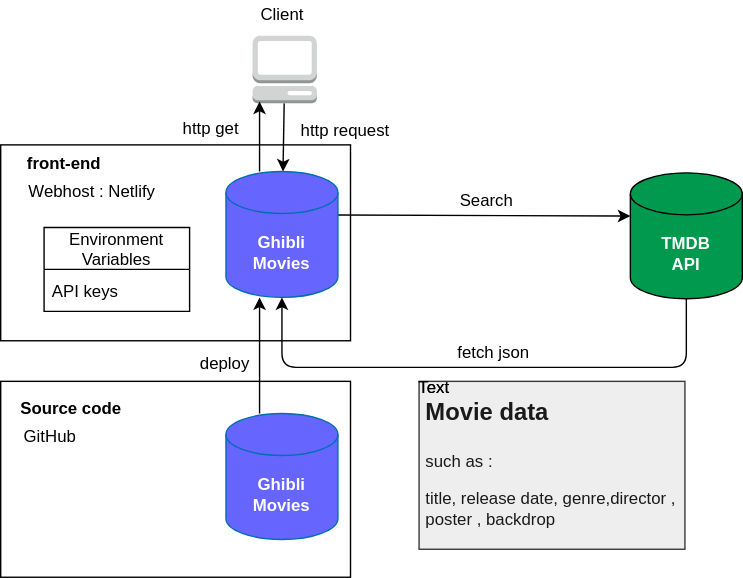
The draw.io diagram system_diagram.drawio.svg in mai-ogiso/Ghibli_Movies_App, before a commit. Source tidied: cells renumbered, new cells last; positions are measured from the earlier drawing's top-left corner, leaving out a move shared by most shapes. Its diagram source:
```xml
<mxGraphModel>
  <root>
    <mxCell id="0" />
    <mxCell id="1" parent="0" />
    <mxCell id="2" style="rounded=0;whiteSpace=wrap;html=1;align=left;" parent="1" vertex="1">
      <mxGeometry y="272" width="250" height="140" as="geometry" />
    </mxCell>
    <mxCell id="3" style="rounded=0;whiteSpace=wrap;html=1;align=left;" parent="1" vertex="1">
      <mxGeometry y="103" width="250" height="140" as="geometry" />
    </mxCell>
    <mxCell id="4" style="edgeStyle=none;html=1;" parent="1" edge="1">
      <mxGeometry relative="1" as="geometry">
        <mxPoint x="241" y="153.1" as="sourcePoint" />
        <mxPoint x="450" y="153.9" as="targetPoint" />
      </mxGeometry>
    </mxCell>
    <mxCell id="5" value="Ghibli&lt;br&gt;Movies" style="shape=cylinder3;whiteSpace=wrap;html=1;boundedLbl=1;backgroundOutline=1;size=15;fontStyle=1;fillColor=#6666FF;fontColor=#ffffff;strokeColor=#006EAF;" parent="1" vertex="1">
      <mxGeometry x="161" y="122" width="80" height="90" as="geometry" />
    </mxCell>
    <mxCell id="6" style="edgeStyle=none;html=1;fontColor=#1A1A1A;" parent="1" edge="1" source="7" target="5">
      <mxGeometry relative="1" as="geometry" />
    </mxCell>
    <mxCell id="7" style="outlineConnect=0;dashed=0;verticalLabelPosition=bottom;verticalAlign=top;align=center;html=1;shape=mxgraph.aws3.management_console;fillColor=#D2D3D3;gradientColor=none;fontColor=#1A1A1A;" parent="1" vertex="1">
      <mxGeometry x="180" y="25" width="46" height="48.2" as="geometry" />
    </mxCell>
    <mxCell id="8" style="edgeStyle=none;html=1;entryX=0.5;entryY=1;entryDx=0;entryDy=0;entryPerimeter=0;" parent="1" edge="1" source="9" target="5">
      <mxGeometry relative="1" as="geometry">
        <Array as="points">
          <mxPoint x="490" y="262" />
          <mxPoint x="201" y="262" />
        </Array>
      </mxGeometry>
    </mxCell>
    <mxCell id="9" value="TMDB&lt;br&gt;API" style="shape=cylinder3;whiteSpace=wrap;html=1;boundedLbl=1;backgroundOutline=1;size=15;fillColor=#00994D;strokeColor=#000000;fontColor=#ffffff;fontStyle=1;" parent="1" vertex="1">
      <mxGeometry x="450" y="123" width="80" height="90" as="geometry" />
    </mxCell>
    <mxCell id="10" value="Client" style="text;html=1;align=center;verticalAlign=middle;fillColor=none;strokeColor=none;rounded=0;" parent="1" vertex="1">
      <mxGeometry x="176" width="50" height="20" as="geometry" />
    </mxCell>
    <mxCell id="11" value="Search" style="text;html=1;align=center;verticalAlign=middle;fillColor=none;strokeColor=none;rounded=0;" parent="1" vertex="1">
      <mxGeometry x="322" y="133" width="50" height="20" as="geometry" />
    </mxCell>
    <mxCell id="12" value="&lt;h1&gt;&lt;font style=&quot;font-size: 17px&quot;&gt;Movie data&lt;/font&gt;&lt;/h1&gt;&lt;p&gt;such as :&amp;nbsp;&lt;/p&gt;&lt;p&gt;&lt;span&gt;title, release date, genre,director , poster , backdrop&lt;/span&gt;&lt;/p&gt;" style="text;html=1;spacing=5;spacingTop=-20;whiteSpace=wrap;overflow=hidden;rounded=0;fillColor=#eeeeee;strokeColor=#36393d;fontColor=#1A1A1A;" parent="1" vertex="1">
      <mxGeometry x="299" y="272" width="190" height="120" as="geometry" />
    </mxCell>
    <mxCell id="13" value="fetch json" style="text;html=1;align=center;verticalAlign=middle;fillColor=none;strokeColor=none;rounded=0;" parent="1" vertex="1">
      <mxGeometry x="317" y="242" width="70" height="20" as="geometry" />
    </mxCell>
    <mxCell id="14" value="Text" style="text;html=1;strokeColor=none;fillColor=none;align=center;verticalAlign=middle;whiteSpace=wrap;rounded=0;" parent="1" vertex="1">
      <mxGeometry x="280" y="262" width="60" height="30" as="geometry" />
    </mxCell>
    <mxCell id="15" value="Text" style="text;html=1;strokeColor=none;fillColor=none;align=center;verticalAlign=middle;whiteSpace=wrap;rounded=0;" parent="1" vertex="1">
      <mxGeometry x="280" y="262" width="60" height="30" as="geometry" />
    </mxCell>
    <mxCell id="16" value="front-end" style="text;html=1;align=center;verticalAlign=middle;fillColor=none;strokeColor=none;rounded=0;fontStyle=1;" parent="1" vertex="1">
      <mxGeometry x="10" y="107" width="70" height="20" as="geometry" />
    </mxCell>
    <mxCell id="17" value="Environment&#10;Variables" style="swimlane;fontStyle=0;horizontal=1;startSize=30;" parent="1" vertex="1">
      <mxGeometry x="31" y="162" width="104" height="60" as="geometry" />
    </mxCell>
    <mxCell id="18" value="API keys" style="text;strokeColor=none;fillColor=none;align=left;verticalAlign=middle;spacingLeft=4;spacingRight=4;overflow=hidden;" parent="17" vertex="1">
      <mxGeometry y="30" width="104" height="30" as="geometry" />
    </mxCell>
    <mxCell id="19" style="edgeStyle=none;html=1;entryX=0.5;entryY=1;entryDx=0;entryDy=0;entryPerimeter=0;" parent="1" edge="1">
      <mxGeometry relative="1" as="geometry">
        <mxPoint x="185" y="295" as="sourcePoint" />
        <mxPoint x="185" y="212" as="targetPoint" />
      </mxGeometry>
    </mxCell>
    <mxCell id="20" value="Ghibli&lt;br&gt;Movies" style="shape=cylinder3;whiteSpace=wrap;html=1;boundedLbl=1;backgroundOutline=1;size=15;fontStyle=1;fillColor=#6666FF;fontColor=#ffffff;strokeColor=#006EAF;" parent="1" vertex="1">
      <mxGeometry x="161" y="295" width="80" height="90" as="geometry" />
    </mxCell>
    <mxCell id="21" value="Source code" style="text;html=1;align=center;verticalAlign=middle;fillColor=none;strokeColor=none;rounded=0;fontStyle=1;" parent="1" vertex="1">
      <mxGeometry x="5" y="282" width="90" height="20" as="geometry" />
    </mxCell>
    <mxCell id="22" value="deploy" style="text;html=1;align=center;verticalAlign=middle;fillColor=none;strokeColor=none;rounded=0;" parent="1" vertex="1">
      <mxGeometry x="135" y="250" width="50" height="20" as="geometry" />
    </mxCell>
    <mxCell id="23" value="Webhost : Netlify" style="text;html=1;align=center;verticalAlign=middle;fillColor=none;strokeColor=none;rounded=0;" parent="1" vertex="1">
      <mxGeometry x="10" y="127" width="110" height="20" as="geometry" />
    </mxCell>
    <mxCell id="24" value="GitHub" style="text;html=1;align=center;verticalAlign=middle;fillColor=none;strokeColor=none;rounded=0;" parent="1" vertex="1">
      <mxGeometry x="10" y="302" width="50" height="20" as="geometry" />
    </mxCell>
    <mxCell id="25" value="http get" style="text;html=1;align=center;verticalAlign=middle;fillColor=none;strokeColor=none;rounded=0;" parent="1" vertex="1">
      <mxGeometry x="120" y="82" width="60" height="20" as="geometry" />
    </mxCell>
    <mxCell id="26" value="http request" style="text;html=1;align=center;verticalAlign=middle;fillColor=none;strokeColor=none;rounded=0;" parent="1" vertex="1">
      <mxGeometry x="206" y="83" width="80" height="20" as="geometry" />
    </mxCell>
    <mxCell id="27" style="edgeStyle=none;html=1;entryX=0.5;entryY=1;entryDx=0;entryDy=0;entryPerimeter=0;" parent="1" edge="1">
      <mxGeometry relative="1" as="geometry">
        <mxPoint x="185" y="122" as="sourcePoint" />
        <mxPoint x="185" y="72" as="targetPoint" />
      </mxGeometry>
    </mxCell>
  </root>
</mxGraphModel>
```
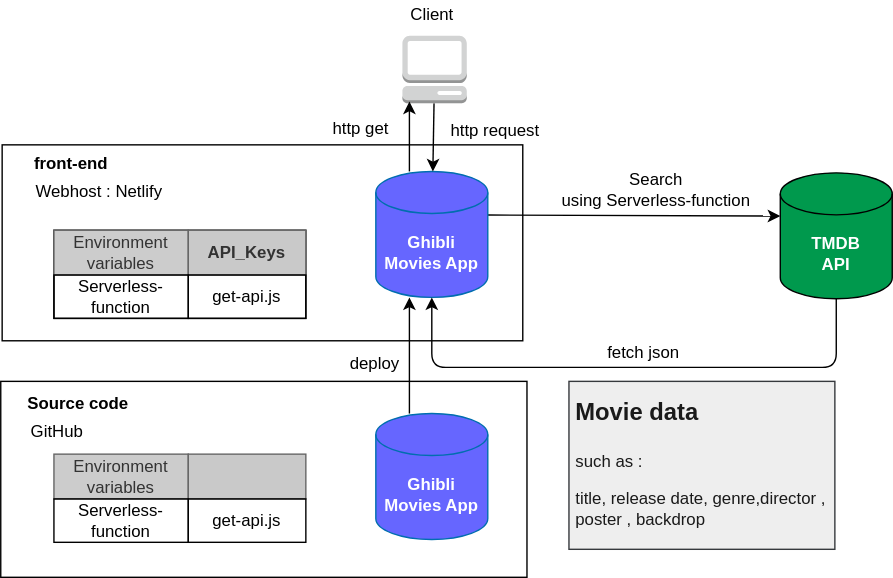
After the change.

Commit message:
feat: change system diagram

The edit, as a diff of the source:
```diff
@@ -3,10 +3,10 @@
     <mxCell id="0" />
     <mxCell id="1" parent="0" />
     <mxCell id="2" style="rounded=0;whiteSpace=wrap;html=1;align=left;" parent="1" vertex="1">
-      <mxGeometry y="272" width="250" height="140" as="geometry" />
+      <mxGeometry x="-107" y="272" width="376" height="140" as="geometry" />
     </mxCell>
     <mxCell id="3" style="rounded=0;whiteSpace=wrap;html=1;align=left;" parent="1" vertex="1">
-      <mxGeometry y="103" width="250" height="140" as="geometry" />
+      <mxGeometry x="-106" y="103" width="372" height="140" as="geometry" />
     </mxCell>
     <mxCell id="4" style="edgeStyle=none;html=1;" parent="1" edge="1">
       <mxGeometry relative="1" as="geometry">
@@ -14,7 +14,7 @@
         <mxPoint x="450" y="153.9" as="targetPoint" />
       </mxGeometry>
     </mxCell>
-    <mxCell id="5" value="Ghibli&lt;br&gt;Movies" style="shape=cylinder3;whiteSpace=wrap;html=1;boundedLbl=1;backgroundOutline=1;size=15;fontStyle=1;fillColor=#6666FF;fontColor=#ffffff;strokeColor=#006EAF;" parent="1" vertex="1">
+    <mxCell id="5" value="Ghibli&lt;br&gt;Movies App" style="shape=cylinder3;whiteSpace=wrap;html=1;boundedLbl=1;backgroundOutline=1;size=15;fontStyle=1;fillColor=#6666FF;fontColor=#ffffff;strokeColor=#006EAF;" parent="1" vertex="1">
       <mxGeometry x="161" y="122" width="80" height="90" as="geometry" />
     </mxCell>
     <mxCell id="6" style="edgeStyle=none;html=1;fontColor=#1A1A1A;" parent="1" edge="1" source="7" target="5">
@@ -37,8 +37,8 @@
     <mxCell id="10" value="Client" style="text;html=1;align=center;verticalAlign=middle;fillColor=none;strokeColor=none;rounded=0;" parent="1" vertex="1">
       <mxGeometry x="176" width="50" height="20" as="geometry" />
     </mxCell>
-    <mxCell id="11" value="Search" style="text;html=1;align=center;verticalAlign=middle;fillColor=none;strokeColor=none;rounded=0;" parent="1" vertex="1">
-      <mxGeometry x="322" y="133" width="50" height="20" as="geometry" />
+    <mxCell id="11" value="Search&lt;br&gt;using Serverless-function" style="text;html=1;align=center;verticalAlign=middle;fillColor=none;strokeColor=none;rounded=0;" parent="1" vertex="1">
+      <mxGeometry x="284" y="114" width="153" height="41" as="geometry" />
     </mxCell>
     <mxCell id="12" value="&lt;h1&gt;&lt;font style=&quot;font-size: 17px&quot;&gt;Movie data&lt;/font&gt;&lt;/h1&gt;&lt;p&gt;such as :&amp;nbsp;&lt;/p&gt;&lt;p&gt;&lt;span&gt;title, release date, genre,director , poster , backdrop&lt;/span&gt;&lt;/p&gt;" style="text;html=1;spacing=5;spacingTop=-20;whiteSpace=wrap;overflow=hidden;rounded=0;fillColor=#eeeeee;strokeColor=#36393d;fontColor=#1A1A1A;" parent="1" vertex="1">
       <mxGeometry x="299" y="272" width="190" height="120" as="geometry" />
@@ -46,41 +46,29 @@
     <mxCell id="13" value="fetch json" style="text;html=1;align=center;verticalAlign=middle;fillColor=none;strokeColor=none;rounded=0;" parent="1" vertex="1">
       <mxGeometry x="317" y="242" width="70" height="20" as="geometry" />
     </mxCell>
-    <mxCell id="14" value="Text" style="text;html=1;strokeColor=none;fillColor=none;align=center;verticalAlign=middle;whiteSpace=wrap;rounded=0;" parent="1" vertex="1">
-      <mxGeometry x="280" y="262" width="60" height="30" as="geometry" />
-    </mxCell>
-    <mxCell id="15" value="Text" style="text;html=1;strokeColor=none;fillColor=none;align=center;verticalAlign=middle;whiteSpace=wrap;rounded=0;" parent="1" vertex="1">
-      <mxGeometry x="280" y="262" width="60" height="30" as="geometry" />
-    </mxCell>
     <mxCell id="16" value="front-end" style="text;html=1;align=center;verticalAlign=middle;fillColor=none;strokeColor=none;rounded=0;fontStyle=1;" parent="1" vertex="1">
-      <mxGeometry x="10" y="107" width="70" height="20" as="geometry" />
+      <mxGeometry x="-92" y="107" width="70" height="20" as="geometry" />
     </mxCell>
-    <mxCell id="17" value="Environment&#10;Variables" style="swimlane;fontStyle=0;horizontal=1;startSize=30;" parent="1" vertex="1">
-      <mxGeometry x="31" y="162" width="104" height="60" as="geometry" />
-    </mxCell>
-    <mxCell id="18" value="API keys" style="text;strokeColor=none;fillColor=none;align=left;verticalAlign=middle;spacingLeft=4;spacingRight=4;overflow=hidden;" parent="17" vertex="1">
-      <mxGeometry y="30" width="104" height="30" as="geometry" />
-    </mxCell>
     <mxCell id="19" style="edgeStyle=none;html=1;entryX=0.5;entryY=1;entryDx=0;entryDy=0;entryPerimeter=0;" parent="1" edge="1">
       <mxGeometry relative="1" as="geometry">
         <mxPoint x="185" y="295" as="sourcePoint" />
         <mxPoint x="185" y="212" as="targetPoint" />
       </mxGeometry>
     </mxCell>
-    <mxCell id="20" value="Ghibli&lt;br&gt;Movies" style="shape=cylinder3;whiteSpace=wrap;html=1;boundedLbl=1;backgroundOutline=1;size=15;fontStyle=1;fillColor=#6666FF;fontColor=#ffffff;strokeColor=#006EAF;" parent="1" vertex="1">
+    <mxCell id="20" value="Ghibli&lt;br&gt;Movies App" style="shape=cylinder3;whiteSpace=wrap;html=1;boundedLbl=1;backgroundOutline=1;size=15;fontStyle=1;fillColor=#6666FF;fontColor=#ffffff;strokeColor=#006EAF;" parent="1" vertex="1">
       <mxGeometry x="161" y="295" width="80" height="90" as="geometry" />
     </mxCell>
     <mxCell id="21" value="Source code" style="text;html=1;align=center;verticalAlign=middle;fillColor=none;strokeColor=none;rounded=0;fontStyle=1;" parent="1" vertex="1">
-      <mxGeometry x="5" y="282" width="90" height="20" as="geometry" />
+      <mxGeometry x="-97" y="278" width="90" height="20" as="geometry" />
     </mxCell>
     <mxCell id="22" value="deploy" style="text;html=1;align=center;verticalAlign=middle;fillColor=none;strokeColor=none;rounded=0;" parent="1" vertex="1">
       <mxGeometry x="135" y="250" width="50" height="20" as="geometry" />
     </mxCell>
     <mxCell id="23" value="Webhost : Netlify" style="text;html=1;align=center;verticalAlign=middle;fillColor=none;strokeColor=none;rounded=0;" parent="1" vertex="1">
-      <mxGeometry x="10" y="127" width="110" height="20" as="geometry" />
+      <mxGeometry x="-92" y="127" width="110" height="20" as="geometry" />
     </mxCell>
     <mxCell id="24" value="GitHub" style="text;html=1;align=center;verticalAlign=middle;fillColor=none;strokeColor=none;rounded=0;" parent="1" vertex="1">
-      <mxGeometry x="10" y="302" width="50" height="20" as="geometry" />
+      <mxGeometry x="-92" y="298" width="50" height="20" as="geometry" />
     </mxCell>
     <mxCell id="25" value="http get" style="text;html=1;align=center;verticalAlign=middle;fillColor=none;strokeColor=none;rounded=0;" parent="1" vertex="1">
       <mxGeometry x="120" y="82" width="60" height="20" as="geometry" />
@@ -94,5 +82,47 @@
         <mxPoint x="185" y="72" as="targetPoint" />
       </mxGeometry>
     </mxCell>
+    <mxCell id="28" style="shadow=0;fillColor=none;strokeColor=none;" parent="1" vertex="1">
+      <mxGeometry x="-69" y="324" width="180" height="63" as="geometry" />
+    </mxCell>
+    <mxCell id="29" style="shape=tableRow;horizontal=0;startSize=0;swimlaneHead=0;swimlaneBody=0;top=0;left=0;bottom=0;right=0;fontStyle=0;fillColor=none;strokeColor=inherit;" parent="28" vertex="1">
+      <mxGeometry width="180" height="32" as="geometry" />
+    </mxCell>
+    <mxCell id="30" value="Environment variables" style="strokeColor=#666666;fillColor=#cccccc;align=center;whiteSpace=wrap;html=1;fontColor=#333333;" parent="29" vertex="1">
+      <mxGeometry width="96" height="32" as="geometry" />
+    </mxCell>
+    <mxCell id="31" style="strokeColor=#666666;fillColor=#c9c9c9;align=center;whiteSpace=wrap;html=1;fontColor=#333333;" parent="29" vertex="1">
+      <mxGeometry x="96" width="84" height="32" as="geometry" />
+    </mxCell>
+    <mxCell id="32" style="shape=tableRow;horizontal=0;startSize=0;swimlaneHead=0;swimlaneBody=0;top=0;left=0;bottom=0;right=0;fontStyle=0;fillColor=none;strokeColor=inherit;" parent="28" vertex="1">
+      <mxGeometry y="32" width="180" height="31" as="geometry" />
+    </mxCell>
+    <mxCell id="33" value="Serverless-function" style="strokeColor=default;fillColor=none;align=center;whiteSpace=wrap;html=1;" parent="32" vertex="1">
+      <mxGeometry width="96" height="31" as="geometry" />
+    </mxCell>
+    <mxCell id="34" value="get-api.js" style="strokeColor=default;fillColor=none;align=center;whiteSpace=wrap;html=1;" parent="32" vertex="1">
+      <mxGeometry x="96" width="84" height="31" as="geometry" />
+    </mxCell>
+    <mxCell id="35" style="shadow=0;fillColor=none;strokeColor=default;" parent="1" vertex="1">
+      <mxGeometry x="-69" y="164" width="180" height="63" as="geometry" />
+    </mxCell>
+    <mxCell id="36" style="shape=tableRow;horizontal=0;startSize=0;swimlaneHead=0;swimlaneBody=0;top=0;left=0;bottom=0;right=0;fontStyle=0;fillColor=none;strokeColor=inherit;" parent="35" vertex="1">
+      <mxGeometry width="180" height="32" as="geometry" />
+    </mxCell>
+    <mxCell id="37" value="Environment variables" style="strokeColor=#666666;fillColor=#cccccc;align=center;whiteSpace=wrap;html=1;fontColor=#333333;" parent="36" vertex="1">
+      <mxGeometry width="96" height="32" as="geometry" />
+    </mxCell>
+    <mxCell id="38" value="&lt;b&gt;API_Keys&lt;/b&gt;" style="strokeColor=#666666;fillColor=#c9c9c9;align=center;whiteSpace=wrap;html=1;fontColor=#333333;" parent="36" vertex="1">
+      <mxGeometry x="96" width="84" height="32" as="geometry" />
+    </mxCell>
+    <mxCell id="39" style="shape=tableRow;horizontal=0;startSize=0;swimlaneHead=0;swimlaneBody=0;top=0;left=0;bottom=0;right=0;fontStyle=0;fillColor=none;strokeColor=inherit;" parent="35" vertex="1">
+      <mxGeometry y="32" width="180" height="31" as="geometry" />
+    </mxCell>
+    <mxCell id="40" value="Serverless-function" style="strokeColor=default;fillColor=none;align=center;whiteSpace=wrap;html=1;" parent="39" vertex="1">
+      <mxGeometry width="96" height="31" as="geometry" />
+    </mxCell>
+    <mxCell id="41" value="get-api.js" style="strokeColor=default;fillColor=none;align=center;whiteSpace=wrap;html=1;" parent="39" vertex="1">
+      <mxGeometry x="96" width="84" height="31" as="geometry" />
+    </mxCell>
   </root>
 </mxGraphModel>
```
